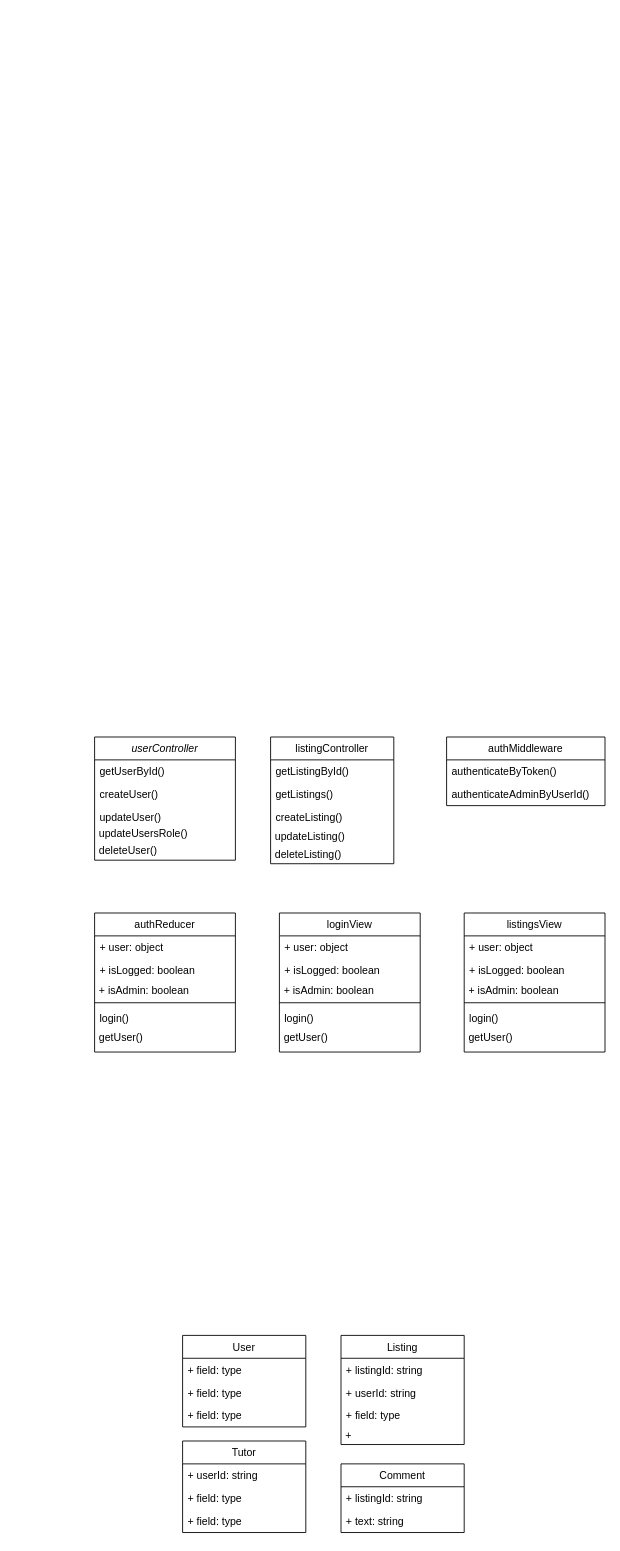
Before: PSI_class_diagram.drawio in vortex200/tutor-finder-files, a draw.io diagram. Source tidied: cells renumbered, new cells numbered last; positions are measured from the earlier drawing's top-left corner, leaving out a move shared by most shapes. Both pictures are drawn from the tidied source at 88%, with x=0, y=0 at pixel (94, 737).
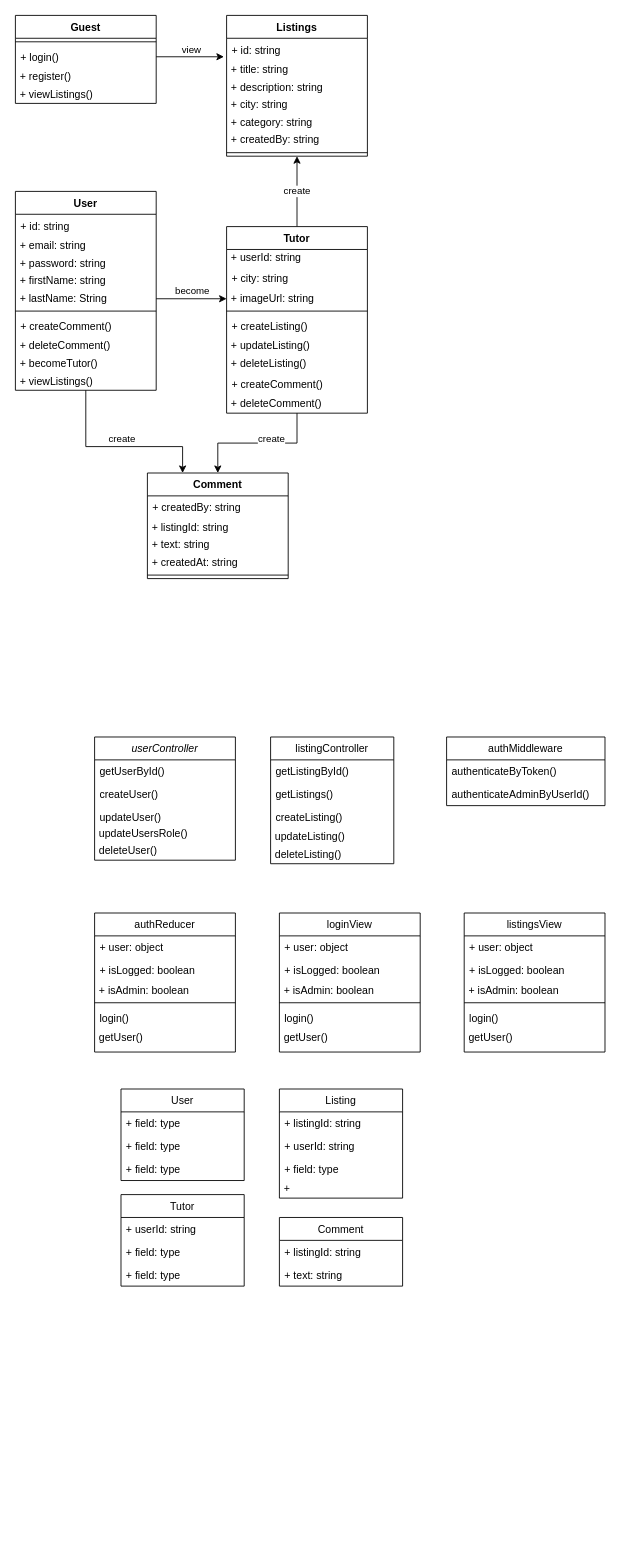
The same page after the edit.

What changed in the source:
```diff
@@
     <mxCell id="15" value="User" style="swimlane;fontStyle=0;horizontal=1;startSize=26;fillColor=none;" parent="1" vertex="1">
-      <mxGeometry x="100" y="680" width="140" height="104" as="geometry" />
+      <mxGeometry x="30" y="400" width="140" height="104" as="geometry" />
     </mxCell>
@@
     <mxCell id="19" value="Listing" style="swimlane;fontStyle=0;horizontal=1;startSize=26;fillColor=none;" parent="1" vertex="1">
-      <mxGeometry x="280" y="680" width="140" height="124" as="geometry" />
+      <mxGeometry x="210" y="400" width="140" height="124" as="geometry" />
     </mxCell>
@@
     <mxCell id="24" value="Tutor" style="swimlane;fontStyle=0;horizontal=1;startSize=26;fillColor=none;" parent="1" vertex="1">
-      <mxGeometry x="100" y="800" width="140" height="104" as="geometry" />
+      <mxGeometry x="30" y="520" width="140" height="104" as="geometry" />
     </mxCell>
@@
     <mxCell id="28" value="Comment" style="swimlane;fontStyle=0;horizontal=1;startSize=26;fillColor=none;" parent="1" vertex="1">
-      <mxGeometry x="280" y="826" width="140" height="78" as="geometry" />
+      <mxGeometry x="210" y="546" width="140" height="78" as="geometry" />
     </mxCell>
@@
+    <mxCell id="54" value="Guest" style="swimlane;fontStyle=1;align=center;verticalAlign=top;horizontal=1;startSize=26;" parent="1" vertex="1">
+      <mxGeometry x="-90" y="-820" width="160" height="100" as="geometry" />
+    </mxCell>
+    <mxCell id="55" style="line;strokeWidth=1;fillColor=none;align=left;verticalAlign=middle;spacingTop=-1;spacingLeft=3;spacingRight=3;labelPosition=right;" parent="54" vertex="1">
+      <mxGeometry y="26" width="160" height="8" as="geometry" />
+    </mxCell>
+    <mxCell id="56" value="+ login()" style="text;strokeColor=none;fillColor=none;align=left;verticalAlign=top;spacingLeft=4;spacingRight=4;overflow=hidden;points=[[0,0.5],[1,0.5]];portConstraint=eastwest;" parent="54" vertex="1">
+      <mxGeometry y="34" width="160" height="26" as="geometry" />
+    </mxCell>
+    <mxCell id="57" value="&amp;nbsp;+ register()" style="text;html=1;strokeColor=none;fillColor=none;align=left;verticalAlign=middle;whiteSpace=wrap;rounded=0;" parent="54" vertex="1">
+      <mxGeometry y="60" width="160" height="20" as="geometry" />
+    </mxCell>
+    <mxCell id="58" value="&amp;nbsp;+ viewListings()" style="text;html=1;strokeColor=none;fillColor=none;align=left;verticalAlign=middle;whiteSpace=wrap;rounded=0;" parent="54" vertex="1">
+      <mxGeometry y="80" width="160" height="20" as="geometry" />
+    </mxCell>
+    <mxCell id="59" value="Listings" style="swimlane;fontStyle=1;align=center;verticalAlign=top;horizontal=1;startSize=26;" parent="1" vertex="1">
+      <mxGeometry x="150" y="-820" width="160" height="160" as="geometry" />
+    </mxCell>
+    <mxCell id="60" value="+ id: string" style="text;strokeColor=none;fillColor=none;align=left;verticalAlign=top;spacingLeft=4;spacingRight=4;overflow=hidden;points=[[0,0.5],[1,0.5]];portConstraint=eastwest;" parent="59" vertex="1">
+      <mxGeometry y="26" width="160" height="26" as="geometry" />
+    </mxCell>
+    <mxCell id="61" value="&amp;nbsp;+ title: string" style="text;html=1;strokeColor=none;fillColor=none;align=left;verticalAlign=middle;whiteSpace=wrap;rounded=0;" parent="59" vertex="1">
+      <mxGeometry y="52" width="160" height="20" as="geometry" />
+    </mxCell>
+    <mxCell id="62" value="&amp;nbsp;+ description: string" style="text;html=1;strokeColor=none;fillColor=none;align=left;verticalAlign=middle;whiteSpace=wrap;rounded=0;" parent="59" vertex="1">
+      <mxGeometry y="72" width="160" height="20" as="geometry" />
+    </mxCell>
+    <mxCell id="63" value="&amp;nbsp;+ city: string" style="text;html=1;strokeColor=none;fillColor=none;align=left;verticalAlign=middle;whiteSpace=wrap;rounded=0;" parent="59" vertex="1">
+      <mxGeometry y="92" width="160" height="20" as="geometry" />
+    </mxCell>
+    <mxCell id="64" value="&amp;nbsp;+ category: string" style="text;html=1;strokeColor=none;fillColor=none;align=left;verticalAlign=middle;whiteSpace=wrap;rounded=0;" parent="59" vertex="1">
+      <mxGeometry y="112" width="160" height="20" as="geometry" />
+    </mxCell>
+    <mxCell id="65" value="&amp;nbsp;+ createdBy: string" style="text;html=1;strokeColor=none;fillColor=none;align=left;verticalAlign=middle;whiteSpace=wrap;rounded=0;" parent="59" vertex="1">
+      <mxGeometry y="132" width="160" height="20" as="geometry" />
+    </mxCell>
+    <mxCell id="66" style="line;strokeWidth=1;fillColor=none;align=left;verticalAlign=middle;spacingTop=-1;spacingLeft=3;spacingRight=3;labelPosition=right;" parent="59" vertex="1">
+      <mxGeometry y="152" width="160" height="8" as="geometry" />
+    </mxCell>
+    <mxCell id="67" value="User" style="swimlane;fontStyle=1;align=center;verticalAlign=top;horizontal=1;startSize=26;" parent="1" vertex="1">
+      <mxGeometry x="-90" y="-620" width="160" height="226" as="geometry" />
+    </mxCell>
+    <mxCell id="68" value="+ id: string" style="text;strokeColor=none;fillColor=none;align=left;verticalAlign=top;spacingLeft=4;spacingRight=4;overflow=hidden;" parent="67" vertex="1">
+      <mxGeometry y="26" width="160" height="26" as="geometry" />
+    </mxCell>
+    <mxCell id="69" value="&amp;nbsp;+ email: string" style="text;html=1;strokeColor=none;fillColor=none;align=left;verticalAlign=middle;whiteSpace=wrap;rounded=0;" parent="67" vertex="1">
+      <mxGeometry y="52" width="160" height="20" as="geometry" />
+    </mxCell>
+    <mxCell id="70" value="&amp;nbsp;+ password: string" style="text;html=1;strokeColor=none;fillColor=none;align=left;verticalAlign=middle;whiteSpace=wrap;rounded=0;" parent="67" vertex="1">
+      <mxGeometry y="72" width="160" height="20" as="geometry" />
+    </mxCell>
+    <mxCell id="71" value="&amp;nbsp;+ firstName: string" style="text;html=1;strokeColor=none;fillColor=none;align=left;verticalAlign=middle;whiteSpace=wrap;rounded=0;" parent="67" vertex="1">
+      <mxGeometry y="92" width="160" height="20" as="geometry" />
+    </mxCell>
+    <mxCell id="72" value="&amp;nbsp;+ lastName: String" style="text;html=1;strokeColor=none;fillColor=none;align=left;verticalAlign=middle;whiteSpace=wrap;rounded=0;" parent="67" vertex="1">
+      <mxGeometry y="112" width="160" height="20" as="geometry" />
+    </mxCell>
+    <mxCell id="73" style="line;strokeWidth=1;fillColor=none;align=left;verticalAlign=middle;spacingTop=-1;spacingLeft=3;spacingRight=3;labelPosition=right;" parent="67" vertex="1">
+      <mxGeometry y="132" width="160" height="8" as="geometry" />
+    </mxCell>
+    <mxCell id="74" value="+ createComment()" style="text;strokeColor=none;fillColor=none;align=left;verticalAlign=top;spacingLeft=4;spacingRight=4;overflow=hidden;" parent="67" vertex="1">
+      <mxGeometry y="140" width="160" height="26" as="geometry" />
+    </mxCell>
+    <mxCell id="75" value="&amp;nbsp;+ deleteComment()" style="text;html=1;strokeColor=none;fillColor=none;align=left;verticalAlign=middle;whiteSpace=wrap;rounded=0;" parent="67" vertex="1">
+      <mxGeometry y="166" width="160" height="20" as="geometry" />
+    </mxCell>
+    <mxCell id="76" value="&amp;nbsp;+ becomeTutor()" style="text;html=1;strokeColor=none;fillColor=none;align=left;verticalAlign=middle;whiteSpace=wrap;rounded=0;" parent="67" vertex="1">
+      <mxGeometry y="186" width="160" height="20" as="geometry" />
+    </mxCell>
+    <mxCell id="77" value="&amp;nbsp;+ viewListings()" style="text;html=1;strokeColor=none;fillColor=none;align=left;verticalAlign=middle;whiteSpace=wrap;rounded=0;" parent="67" vertex="1">
+      <mxGeometry y="206" width="160" height="20" as="geometry" />
+    </mxCell>
+    <mxCell id="78" value="create" style="edgeStyle=orthogonalEdgeStyle;rounded=0;jettySize=auto;html=1;entryX=0.5;entryY=1;entryDx=0;entryDy=0;" parent="1" edge="1" source="79" target="59">
+      <mxGeometry relative="1" as="geometry" />
+    </mxCell>
+    <mxCell id="79" value="Tutor" style="swimlane;fontStyle=1;align=center;verticalAlign=top;horizontal=1;startSize=26;" parent="1" vertex="1">
+      <mxGeometry x="150" y="-580" width="160" height="212" as="geometry" />
+    </mxCell>
+    <mxCell id="80" value="&amp;nbsp;+ userId: string" style="text;html=1;strokeColor=none;fillColor=none;align=left;verticalAlign=middle;whiteSpace=wrap;rounded=0;" parent="79" vertex="1">
+      <mxGeometry y="26" width="160" height="20" as="geometry" />
+    </mxCell>
+    <mxCell id="81" value="+ city: string" style="text;strokeColor=none;fillColor=none;align=left;verticalAlign=top;spacingLeft=4;spacingRight=4;overflow=hidden;" parent="79" vertex="1">
+      <mxGeometry y="46" width="160" height="26" as="geometry" />
+    </mxCell>
+    <mxCell id="82" value="&amp;nbsp;+ imageUrl: string" style="text;html=1;strokeColor=none;fillColor=none;align=left;verticalAlign=middle;whiteSpace=wrap;rounded=0;" parent="79" vertex="1">
+      <mxGeometry y="72" width="160" height="20" as="geometry" />
+    </mxCell>
+    <mxCell id="83" style="line;strokeWidth=1;fillColor=none;align=left;verticalAlign=middle;spacingTop=-1;spacingLeft=3;spacingRight=3;labelPosition=right;" parent="79" vertex="1">
+      <mxGeometry y="92" width="160" height="8" as="geometry" />
+    </mxCell>
+    <mxCell id="84" value="+ createListing()" style="text;strokeColor=none;fillColor=none;align=left;verticalAlign=top;spacingLeft=4;spacingRight=4;overflow=hidden;" parent="79" vertex="1">
+      <mxGeometry y="100" width="160" height="26" as="geometry" />
+    </mxCell>
+    <mxCell id="85" value="&amp;nbsp;+ updateListing()" style="text;html=1;strokeColor=none;fillColor=none;align=left;verticalAlign=middle;whiteSpace=wrap;rounded=0;" parent="79" vertex="1">
+      <mxGeometry y="126" width="160" height="20" as="geometry" />
+    </mxCell>
+    <mxCell id="86" value="&amp;nbsp;+ deleteListing()" style="text;html=1;strokeColor=none;fillColor=none;align=left;verticalAlign=middle;whiteSpace=wrap;rounded=0;" parent="79" vertex="1">
+      <mxGeometry y="146" width="160" height="20" as="geometry" />
+    </mxCell>
+    <mxCell id="87" value="+ createComment()" style="text;strokeColor=none;fillColor=none;align=left;verticalAlign=top;spacingLeft=4;spacingRight=4;overflow=hidden;" parent="79" vertex="1">
+      <mxGeometry y="166" width="160" height="26" as="geometry" />
+    </mxCell>
+    <mxCell id="88" value="&amp;nbsp;+ deleteComment()" style="text;html=1;strokeColor=none;fillColor=none;align=left;verticalAlign=middle;whiteSpace=wrap;rounded=0;" parent="79" vertex="1">
+      <mxGeometry y="192" width="160" height="20" as="geometry" />
+    </mxCell>
+    <mxCell id="89" value="view" style="edgeStyle=orthogonalEdgeStyle;rounded=0;jettySize=auto;html=1;entryX=-0.019;entryY=0.808;entryDx=0;entryDy=0;entryPerimeter=0;" parent="1" edge="1" source="56" target="60">
+      <mxGeometry x="0.04" y="8" relative="1" as="geometry" />
+    </mxCell>
+    <mxCell id="90" value="Comment" style="swimlane;fontStyle=1;align=center;verticalAlign=top;horizontal=1;startSize=26;" parent="1" vertex="1">
+      <mxGeometry x="60" y="-300" width="160" height="120" as="geometry" />
+    </mxCell>
+    <mxCell id="91" value="+ createdBy: string" style="text;strokeColor=none;fillColor=none;align=left;verticalAlign=top;spacingLeft=4;spacingRight=4;overflow=hidden;" parent="90" vertex="1">
+      <mxGeometry y="26" width="160" height="26" as="geometry" />
+    </mxCell>
+    <mxCell id="92" value="&amp;nbsp;+ listingId: string" style="text;html=1;strokeColor=none;fillColor=none;align=left;verticalAlign=middle;whiteSpace=wrap;rounded=0;" parent="90" vertex="1">
+      <mxGeometry y="52" width="160" height="20" as="geometry" />
+    </mxCell>
+    <mxCell id="93" value="&amp;nbsp;+ text: string" style="text;html=1;strokeColor=none;fillColor=none;align=left;verticalAlign=middle;whiteSpace=wrap;rounded=0;" parent="90" vertex="1">
+      <mxGeometry y="72" width="160" height="20" as="geometry" />
+    </mxCell>
+    <mxCell id="94" value="&amp;nbsp;+ createdAt: string" style="text;html=1;strokeColor=none;fillColor=none;align=left;verticalAlign=middle;whiteSpace=wrap;rounded=0;" parent="90" vertex="1">
+      <mxGeometry y="92" width="160" height="20" as="geometry" />
+    </mxCell>
+    <mxCell id="95" style="line;strokeWidth=1;fillColor=none;align=left;verticalAlign=middle;spacingTop=-1;spacingLeft=3;spacingRight=3;labelPosition=right;" parent="90" vertex="1">
+      <mxGeometry y="112" width="160" height="8" as="geometry" />
+    </mxCell>
+    <mxCell id="96" style="edgeStyle=orthogonalEdgeStyle;rounded=0;jettySize=auto;html=1;entryX=0;entryY=0.5;entryDx=0;entryDy=0;" parent="1" edge="1" source="72" target="82">
+      <mxGeometry relative="1" as="geometry" />
+    </mxCell>
+    <mxCell id="97" value="become" style="edgeLabel;html=1;align=center;verticalAlign=middle;" parent="96" vertex="1">
+      <mxGeometry x="0.25" y="4" relative="1" as="geometry">
+        <mxPoint x="-10" y="-6" as="offset" />
+      </mxGeometry>
+    </mxCell>
+    <mxCell id="98" style="edgeStyle=orthogonalEdgeStyle;rounded=0;jettySize=auto;html=1;entryX=0.25;entryY=0;entryDx=0;entryDy=0;" parent="1" edge="1" source="77" target="90">
+      <mxGeometry relative="1" as="geometry">
+        <Array as="points">
+          <mxPoint x="-10" y="-330" />
+          <mxPoint x="100" y="-330" />
+        </Array>
+      </mxGeometry>
+    </mxCell>
+    <mxCell id="99" value="create" style="edgeLabel;html=1;align=center;verticalAlign=middle;" parent="98" vertex="1">
+      <mxGeometry x="0.04" y="1" relative="1" as="geometry">
+        <mxPoint x="-2" y="-9" as="offset" />
+      </mxGeometry>
+    </mxCell>
+    <mxCell id="100" style="edgeStyle=orthogonalEdgeStyle;rounded=0;jettySize=auto;html=1;entryX=0.5;entryY=0;entryDx=0;entryDy=0;" parent="1" edge="1" source="88" target="90">
+      <mxGeometry relative="1" as="geometry" />
+    </mxCell>
+    <mxCell id="101" value="create" style="edgeLabel;html=1;align=center;verticalAlign=middle;" parent="100" vertex="1">
+      <mxGeometry x="-0.22" y="-3" relative="1" as="geometry">
+        <mxPoint x="-2" y="-3" as="offset" />
+      </mxGeometry>
+    </mxCell>
```
